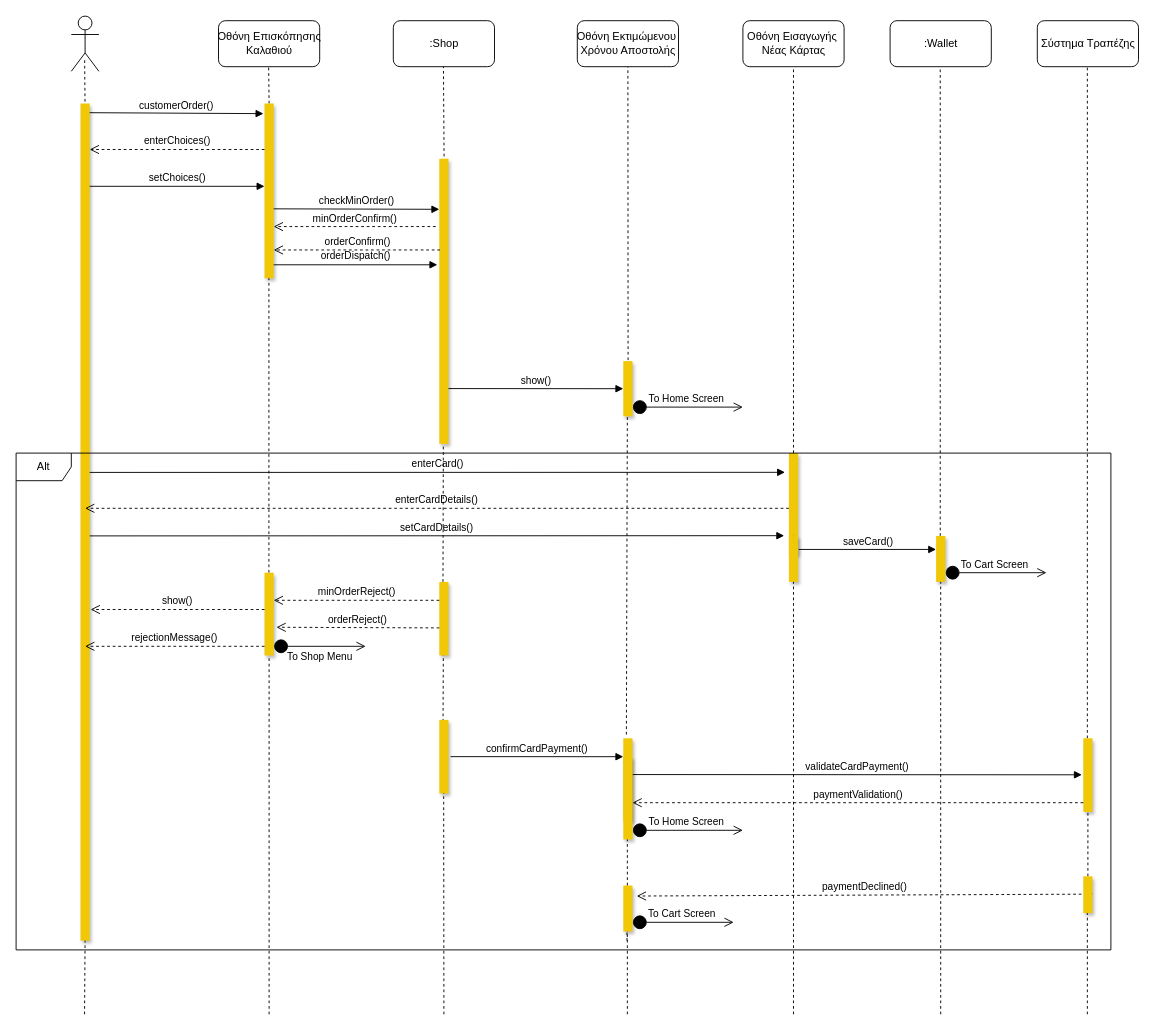
The draw.io diagram docs/contributions/Kout-ou/Phase 4/order_payment.drawio in iloudaros/nomnomr, before the edit. Source tidied: cells renumbered, new cells numbered last; positions are measured from the earlier drawing's top-left corner, leaving out a move shared by most shapes. Both pictures are drawn from the tidied source at 92%, with x=0, y=0 at pixel (16, 16).
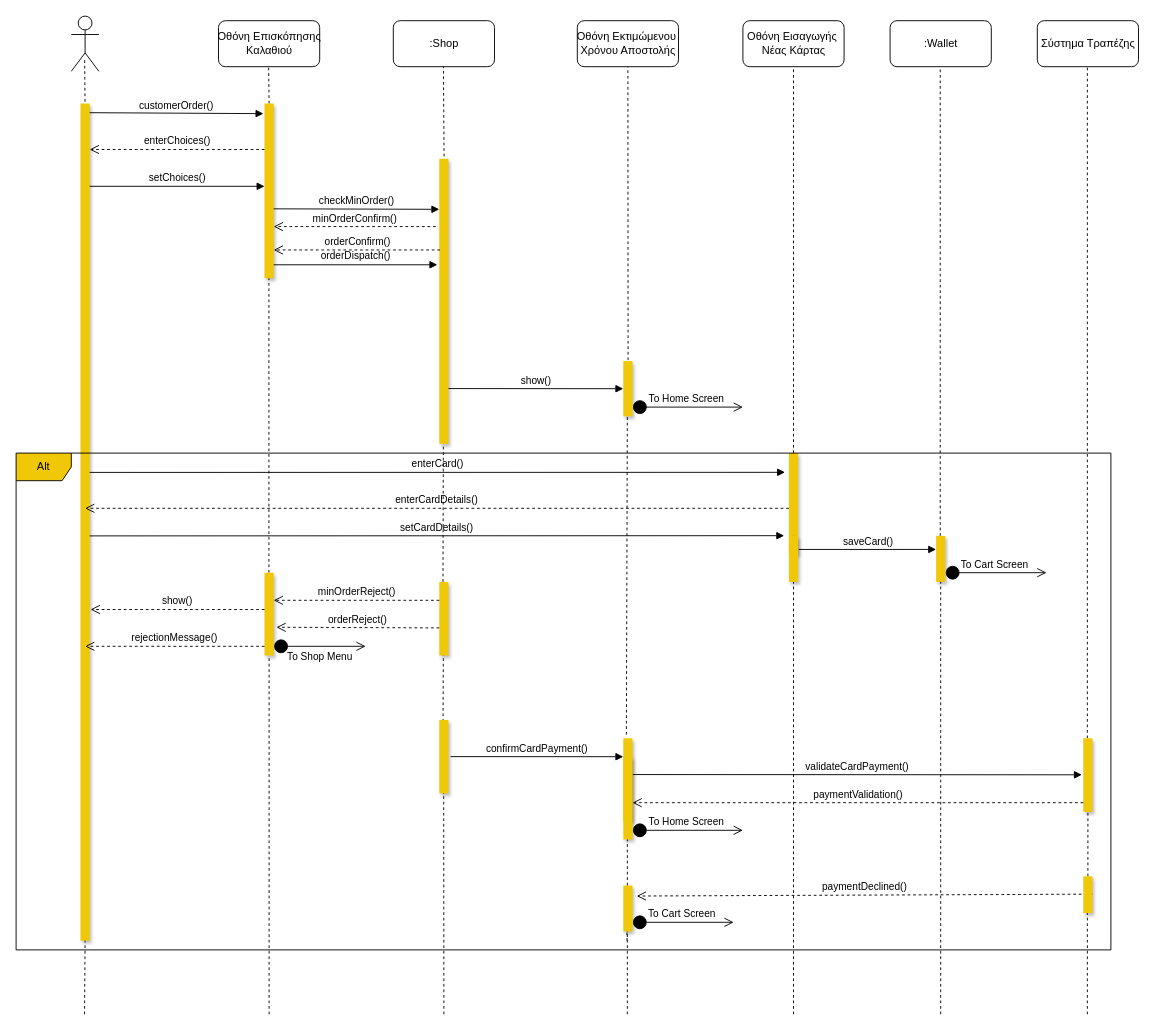
The same diagram, later.

Commit message:
Colour Change for Sequence Diagram

Change to the diagram source:
```diff
@@
-    <mxCell id="69" value="Alt" style="shape=umlFrame;whiteSpace=wrap;html=1;rounded=1;shadow=0;strokeColor=default;fillColor=#FFFFFF;" parent="1" vertex="1">
+    <mxCell id="69" value="Alt" style="shape=umlFrame;whiteSpace=wrap;html=1;rounded=1;shadow=0;strokeColor=default;fillColor=#F0C808;" parent="1" vertex="1">
       <mxGeometry y="475" width="1190" height="540" as="geometry" />
     </mxCell>
```
